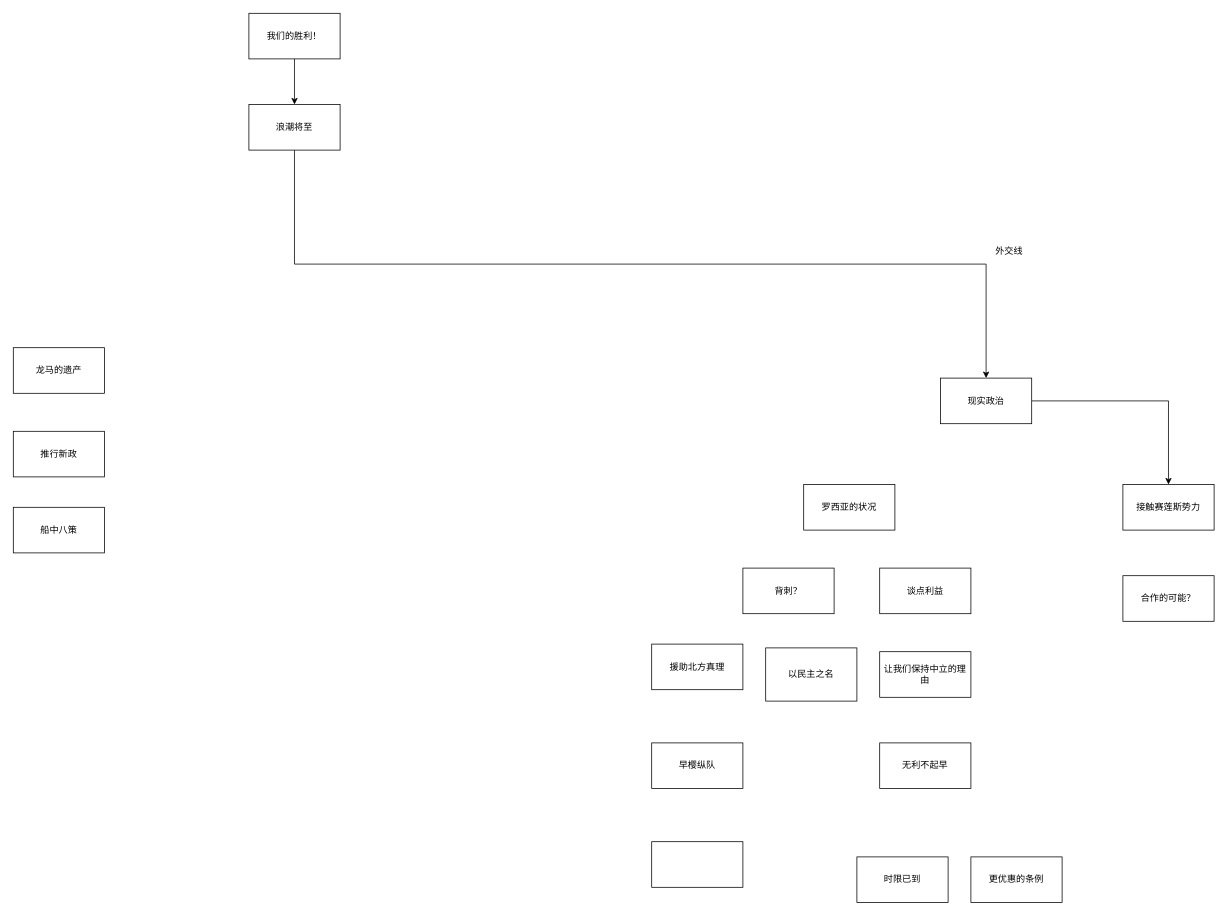
Above: 民主线.drawio in Langsha21/Langsha21 (draw.io), before the change. Source tidied: cells renumbered, new cells numbered last; positions are measured from the earlier drawing's top-left corner, leaving out a move shared by most shapes. Both pictures are drawn from the tidied source at 76%, with x=0, y=0 at pixel (13, 13).
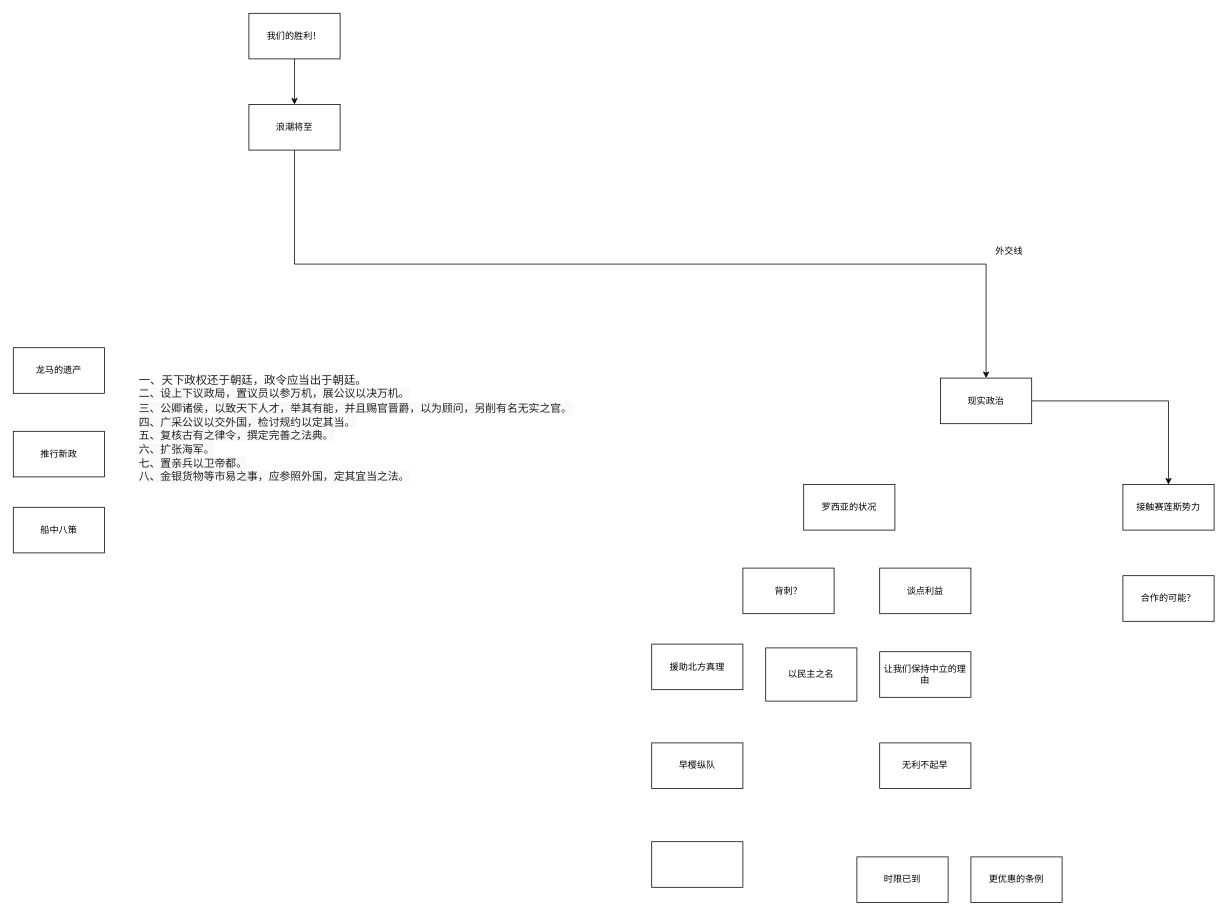
After the change.

Commit message (it also covers changes not shown here):
更新民主线.drawio

Change to the diagram source:
```diff
@@
+    <mxCell id="25" value="&lt;p style=&quot;margin: 0px 0px 0.5em; color: rgb(32, 33, 34); font-family: sans-serif; font-size: 15.008px; text-align: start; background-color: rgb(255, 255, 255);&quot;&gt;一、天下政权还于朝廷，政令应当出于朝廷。&lt;br style=&quot;font-size: 14.2576px; background-color: rgb(248, 249, 250);&quot;&gt;&lt;span style=&quot;font-size: 14.2576px; background-color: rgb(248, 249, 250);&quot;&gt;二、设上下议政局，置议员以参万机，展公议以决万机。&lt;/span&gt;&lt;br style=&quot;font-size: 14.2576px; background-color: rgb(248, 249, 250);&quot;&gt;&lt;span style=&quot;font-size: 14.2576px; background-color: rgb(248, 249, 250);&quot;&gt;三、公卿诸侯，以致天下人才，举其有能，并且赐官晋爵，以为顾问，另削有名无实之官。&lt;/span&gt;&lt;br style=&quot;font-size: 14.2576px; background-color: rgb(248, 249, 250);&quot;&gt;&lt;span style=&quot;font-size: 14.2576px; background-color: rgb(248, 249, 250);&quot;&gt;四、广采公议以交外国，检讨规约以定其当。&lt;/span&gt;&lt;br style=&quot;font-size: 14.2576px; background-color: rgb(248, 249, 250);&quot;&gt;&lt;span style=&quot;font-size: 14.2576px; background-color: rgb(248, 249, 250);&quot;&gt;五、复核古有之律令，撰定完善之法典。&lt;/span&gt;&lt;br style=&quot;font-size: 14.2576px; background-color: rgb(248, 249, 250);&quot;&gt;&lt;span style=&quot;font-size: 14.2576px; background-color: rgb(248, 249, 250);&quot;&gt;六、扩张海军。&lt;/span&gt;&lt;br style=&quot;font-size: 14.2576px; background-color: rgb(248, 249, 250);&quot;&gt;&lt;span style=&quot;font-size: 14.2576px; background-color: rgb(248, 249, 250);&quot;&gt;七、置亲兵以卫帝都。&lt;/span&gt;&lt;br style=&quot;font-size: 14.2576px; background-color: rgb(248, 249, 250);&quot;&gt;&lt;span style=&quot;font-size: 14.2576px; background-color: rgb(248, 249, 250);&quot;&gt;八、金银货物等市易之事，应参照外国，定其宜当之法。&lt;/span&gt;&lt;br&gt;&lt;/p&gt;" style="text;html=1;align=center;verticalAlign=middle;strokeColor=none;fillColor=none;" parent="1" vertex="1">
+      <mxGeometry x="155" y="465" width="590" height="170" as="geometry" />
+    </mxCell>
```
